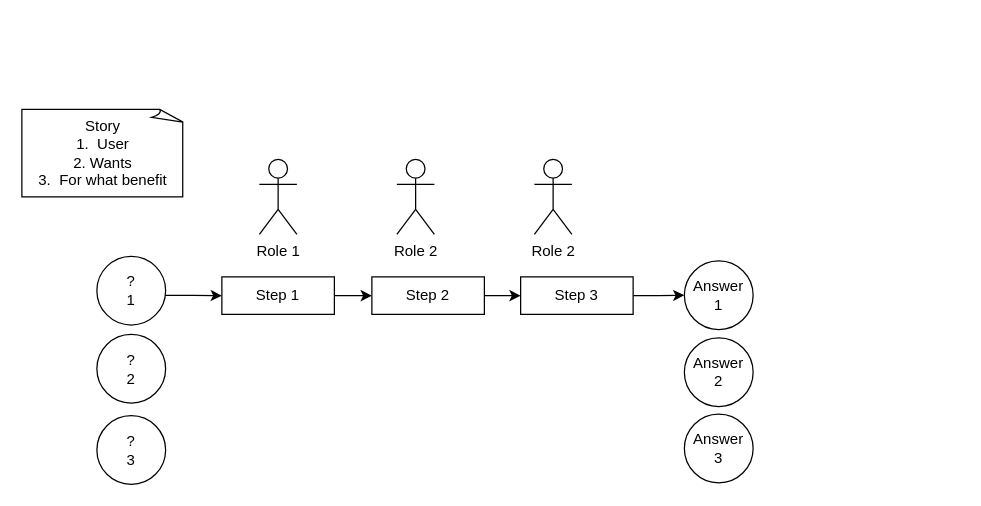
jerryevalentine/UCB-Project-1 keeps this draw.io diagram as page "Project Roles and Questions" (1 of 2) of UCB project 1.drawio. Above is the earlier version. Source tidied: cells renumbered, new cells numbered last; positions are measured from the earlier drawing's top-left corner, leaving out a move shared by most shapes. Both pictures are drawn from the tidied source at 125%, with x=0, y=0 at pixel (21, 109).
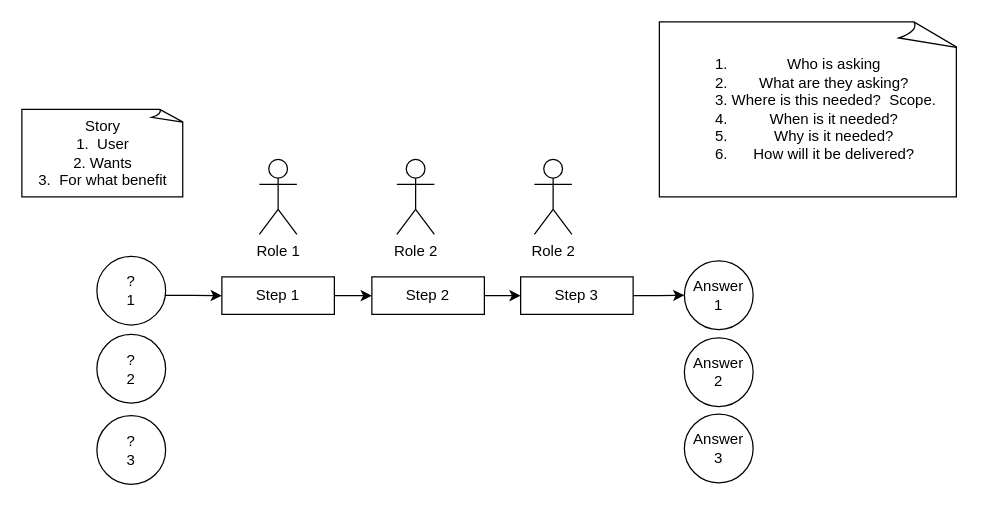
The same diagram, later.

Commit message:
Added tab for Project Process

The edit, as a diff of the source:
```diff
@@
 <mxGraphModel>
   <root>
     <mxCell id="0" />
     <mxCell id="1" parent="0" />
     <mxCell id="2" style="edgeStyle=orthogonalEdgeStyle;rounded=0;jettySize=auto;html=1;entryX=0;entryY=0.5;entryDx=0;entryDy=0;exitX=0.925;exitY=0.568;exitDx=0;exitDy=0;exitPerimeter=0;" parent="1" edge="1" source="9" target="4">
       <mxGeometry relative="1" as="geometry" />
     </mxCell>
     <mxCell id="3" style="edgeStyle=orthogonalEdgeStyle;rounded=0;jettySize=auto;html=1;entryX=0;entryY=0.5;entryDx=0;entryDy=0;" parent="1" edge="1" source="4" target="8">
       <mxGeometry relative="1" as="geometry" />
     </mxCell>
     <mxCell id="4" value="Step 1" style="rounded=0;whiteSpace=wrap;html=1;" parent="1" vertex="1">
       <mxGeometry x="160" y="134" width="90" height="30" as="geometry" />
     </mxCell>
     <mxCell id="5" style="edgeStyle=orthogonalEdgeStyle;rounded=0;jettySize=auto;html=1;" parent="1" edge="1" source="6" target="15">
       <mxGeometry relative="1" as="geometry" />
     </mxCell>
     <mxCell id="6" value="Step 3" style="rounded=0;whiteSpace=wrap;html=1;" parent="1" vertex="1">
       <mxGeometry x="399" y="134" width="90" height="30" as="geometry" />
     </mxCell>
     <mxCell id="7" style="edgeStyle=orthogonalEdgeStyle;rounded=0;jettySize=auto;html=1;" parent="1" edge="1" source="8" target="6">
       <mxGeometry relative="1" as="geometry" />
     </mxCell>
     <mxCell id="8" value="Step 2" style="rounded=0;whiteSpace=wrap;html=1;" parent="1" vertex="1">
       <mxGeometry x="280" y="134" width="90" height="30" as="geometry" />
     </mxCell>
     <mxCell id="9" value="?&lt;br&gt;1" style="ellipse;whiteSpace=wrap;html=1;" parent="1" vertex="1">
       <mxGeometry x="60" y="117.5" width="55" height="55" as="geometry" />
     </mxCell>
     <mxCell id="10" value="Role 2" style="shape=umlActor;verticalLabelPosition=bottom;verticalAlign=top;html=1;" parent="1" vertex="1">
       <mxGeometry x="300" y="40" width="30" height="60" as="geometry" />
     </mxCell>
     <mxCell id="11" value="Role 1" style="shape=umlActor;verticalLabelPosition=bottom;verticalAlign=top;html=1;" parent="1" vertex="1">
       <mxGeometry x="190" y="40" width="30" height="60" as="geometry" />
     </mxCell>
     <mxCell id="12" value="Role 2" style="shape=umlActor;verticalLabelPosition=bottom;verticalAlign=top;html=1;" parent="1" vertex="1">
       <mxGeometry x="410" y="40" width="30" height="60" as="geometry" />
     </mxCell>
     <mxCell id="13" value="?&lt;br&gt;2" style="ellipse;whiteSpace=wrap;html=1;" parent="1" vertex="1">
       <mxGeometry x="60" y="180" width="55" height="55" as="geometry" />
     </mxCell>
     <mxCell id="14" value="?&lt;br&gt;3" style="ellipse;whiteSpace=wrap;html=1;" parent="1" vertex="1">
       <mxGeometry x="60" y="245" width="55" height="55" as="geometry" />
     </mxCell>
     <mxCell id="15" value="Answer&lt;br&gt;1" style="ellipse;whiteSpace=wrap;html=1;" parent="1" vertex="1">
       <mxGeometry x="530" y="121.2" width="55" height="55" as="geometry" />
     </mxCell>
     <mxCell id="16" value="Answer&lt;br&gt;2" style="ellipse;whiteSpace=wrap;html=1;" parent="1" vertex="1">
       <mxGeometry x="530" y="182.8" width="55" height="55" as="geometry" />
     </mxCell>
     <mxCell id="17" value="Answer&lt;br&gt;3" style="ellipse;whiteSpace=wrap;html=1;" parent="1" vertex="1">
       <mxGeometry x="530" y="243.8" width="55" height="55" as="geometry" />
     </mxCell>
     <mxCell id="18" value="Story&lt;br&gt;1.&amp;nbsp; User&lt;br&gt;2. Wants&lt;br&gt;3.&amp;nbsp; For what benefit" style="whiteSpace=wrap;html=1;shape=mxgraph.basic.document;" parent="1" vertex="1">
       <mxGeometry width="130" height="70" as="geometry" />
     </mxCell>
+    <mxCell id="19" value="&lt;ol&gt;&lt;li&gt;Who is asking&lt;/li&gt;&lt;li&gt;What are they asking?&lt;/li&gt;&lt;li&gt;Where is this needed?&amp;nbsp; Scope.&lt;/li&gt;&lt;li&gt;When is it needed?&lt;/li&gt;&lt;li&gt;Why is it needed?&lt;/li&gt;&lt;li&gt;How will it be delivered?&lt;/li&gt;&lt;/ol&gt;" style="whiteSpace=wrap;html=1;shape=mxgraph.basic.document;" parent="1" vertex="1">
+      <mxGeometry x="510" y="-70" width="240" height="140" as="geometry" />
+    </mxCell>
   </root>
 </mxGraphModel>
```
